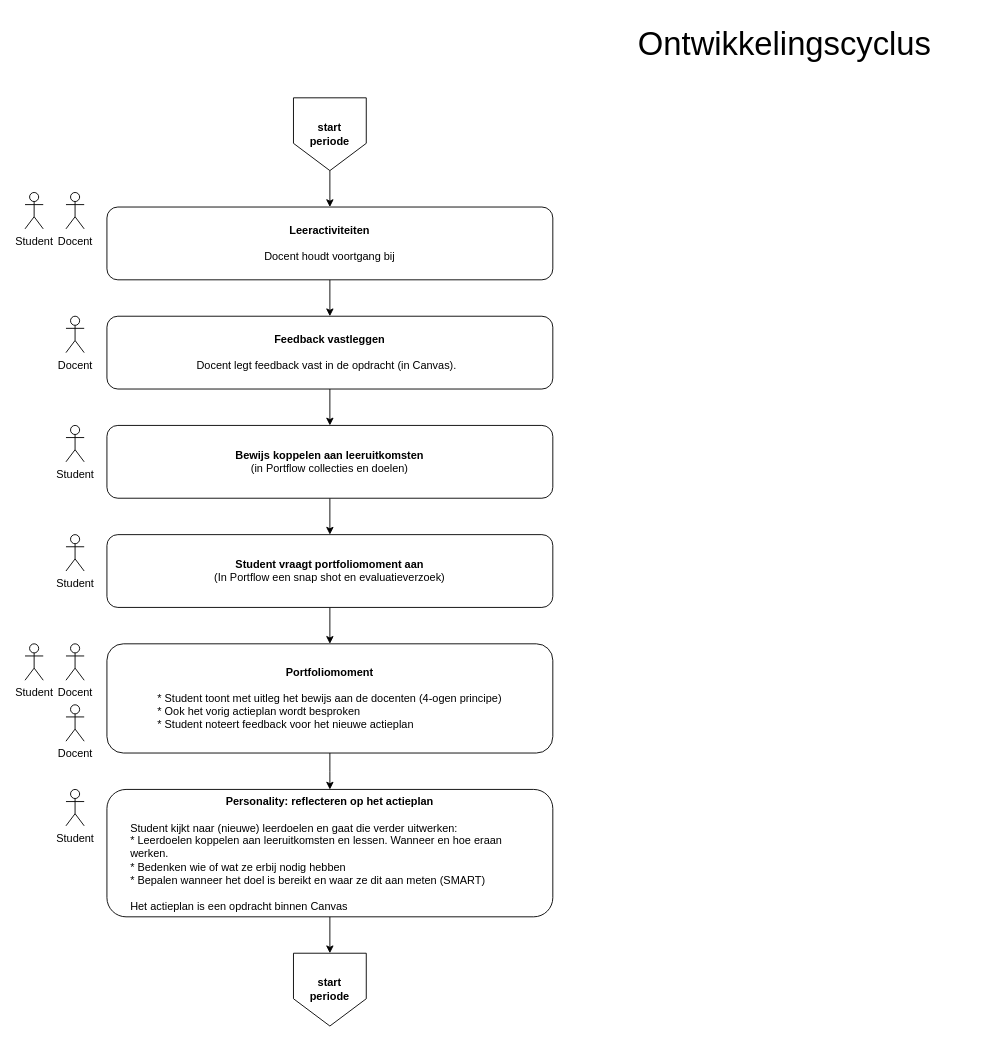
This is beoordeling_examinering_3.drawio from dvriet/diagrams, a draw.io file, before an edit. Source tidied: cells renumbered, new cells numbered last; positions are measured from the earlier drawing's top-left corner, leaving out a move shared by most shapes. Both pictures are drawn from the tidied source at 91%, with x=0, y=0 at pixel (25, 15).
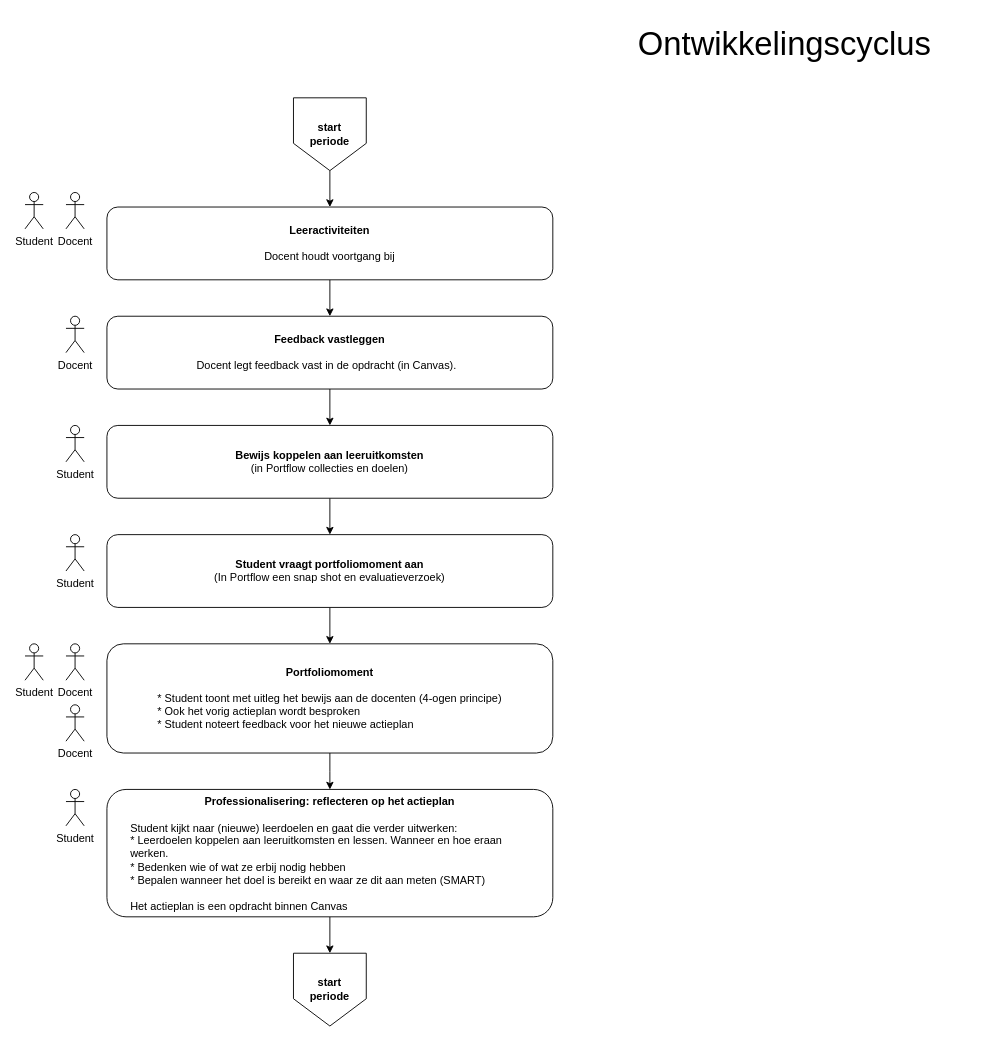
The same page after the edit.

What changed in the source:
```diff
@@
-    <mxCell id="17" value="&lt;div&gt;&lt;b&gt;&lt;font style=&quot;font-size: 12px;&quot;&gt;Personality: reflecteren op het actieplan&lt;/font&gt;&lt;/b&gt;&lt;/div&gt;&lt;div&gt;&lt;b&gt;&lt;font style=&quot;font-size: 12px;&quot;&gt;&lt;br&gt;&lt;/font&gt;&lt;/b&gt;&lt;/div&gt;&lt;div style=&quot;text-align: left;&quot;&gt;&lt;font style=&quot;font-size: 12px;&quot;&gt;&lt;span style=&quot;font-family: Aptos, Aptos_EmbeddedFont, Aptos_MSFontService, Calibri, Helvetica, sans-serif;&quot;&gt;Student kijkt naar (nieuwe) leerdoelen en gaat die verder uitwerken:&lt;br&gt;* Leerdoelen koppelen aan leeruitkomsten en lessen. Wanneer en hoe eraan werken.&amp;nbsp;&lt;/span&gt;&lt;/font&gt;&lt;/div&gt;&lt;div style=&quot;text-align: left;&quot;&gt;&lt;font style=&quot;font-size: 12px;&quot;&gt;&lt;span style=&quot;font-family: Aptos, Aptos_EmbeddedFont, Aptos_MSFontService, Calibri, Helvetica, sans-serif;&quot;&gt;* Bedenken wie of wat ze erbij nodig hebben&amp;nbsp;&lt;/span&gt;&lt;/font&gt;&lt;/div&gt;&lt;div style=&quot;text-align: left;&quot;&gt;&lt;font style=&quot;font-size: 12px;&quot;&gt;&lt;span style=&quot;font-family: Aptos, Aptos_EmbeddedFont, Aptos_MSFontService, Calibri, Helvetica, sans-serif;&quot;&gt;* Bepalen wanneer het doel is bereikt en waar ze dit aan meten (SMART)&lt;/span&gt;&lt;/font&gt;&lt;b&gt;&lt;/b&gt;&lt;/div&gt;&lt;div style=&quot;text-align: left;&quot;&gt;&lt;font style=&quot;font-size: 12px;&quot;&gt;&lt;span style=&quot;font-family: Aptos, Aptos_EmbeddedFont, Aptos_MSFontService, Calibri, Helvetica, sans-serif;&quot;&gt;&lt;br&gt;&lt;/span&gt;&lt;/font&gt;&lt;/div&gt;&lt;div style=&quot;text-align: left;&quot;&gt;&lt;font style=&quot;font-size: 12px;&quot;&gt;&lt;span style=&quot;font-family: Aptos, Aptos_EmbeddedFont, Aptos_MSFontService, Calibri, Helvetica, sans-serif;&quot;&gt;Het actieplan is een opdracht binnen Canvas&lt;/span&gt;&lt;/font&gt;&lt;/div&gt;" style="rounded=1;whiteSpace=wrap;html=1;horizontal=1;spacingTop=2;spacingLeft=25;spacingRight=25;" parent="1" vertex="1">
+    <mxCell id="17" value="&lt;div&gt;&lt;b&gt;&lt;font style=&quot;font-size: 12px;&quot;&gt;Professionalisering: reflecteren op het actieplan&lt;/font&gt;&lt;/b&gt;&lt;/div&gt;&lt;div&gt;&lt;b&gt;&lt;font style=&quot;font-size: 12px;&quot;&gt;&lt;br&gt;&lt;/font&gt;&lt;/b&gt;&lt;/div&gt;&lt;div style=&quot;text-align: left;&quot;&gt;&lt;font style=&quot;font-size: 12px;&quot;&gt;&lt;span style=&quot;font-family: Aptos, Aptos_EmbeddedFont, Aptos_MSFontService, Calibri, Helvetica, sans-serif;&quot;&gt;Student kijkt naar (nieuwe) leerdoelen en gaat die verder uitwerken:&lt;br&gt;* Leerdoelen koppelen aan leeruitkomsten en lessen. Wanneer en hoe eraan werken.&amp;nbsp;&lt;/span&gt;&lt;/font&gt;&lt;/div&gt;&lt;div style=&quot;text-align: left;&quot;&gt;&lt;font style=&quot;font-size: 12px;&quot;&gt;&lt;span style=&quot;font-family: Aptos, Aptos_EmbeddedFont, Aptos_MSFontService, Calibri, Helvetica, sans-serif;&quot;&gt;* Bedenken wie of wat ze erbij nodig hebben&amp;nbsp;&lt;/span&gt;&lt;/font&gt;&lt;/div&gt;&lt;div style=&quot;text-align: left;&quot;&gt;&lt;font style=&quot;font-size: 12px;&quot;&gt;&lt;span style=&quot;font-family: Aptos, Aptos_EmbeddedFont, Aptos_MSFontService, Calibri, Helvetica, sans-serif;&quot;&gt;* Bepalen wanneer het doel is bereikt en waar ze dit aan meten (SMART)&lt;/span&gt;&lt;/font&gt;&lt;b&gt;&lt;/b&gt;&lt;/div&gt;&lt;div style=&quot;text-align: left;&quot;&gt;&lt;font style=&quot;font-size: 12px;&quot;&gt;&lt;span style=&quot;font-family: Aptos, Aptos_EmbeddedFont, Aptos_MSFontService, Calibri, Helvetica, sans-serif;&quot;&gt;&lt;br&gt;&lt;/span&gt;&lt;/font&gt;&lt;/div&gt;&lt;div style=&quot;text-align: left;&quot;&gt;&lt;font style=&quot;font-size: 12px;&quot;&gt;&lt;span style=&quot;font-family: Aptos, Aptos_EmbeddedFont, Aptos_MSFontService, Calibri, Helvetica, sans-serif;&quot;&gt;Het actieplan is een opdracht binnen Canvas&lt;/span&gt;&lt;/font&gt;&lt;/div&gt;" style="rounded=1;whiteSpace=wrap;html=1;horizontal=1;spacingTop=2;spacingLeft=25;spacingRight=25;" parent="1" vertex="1">
       <mxGeometry x="90" y="850" width="490" height="140" as="geometry" />
     </mxCell>
```
